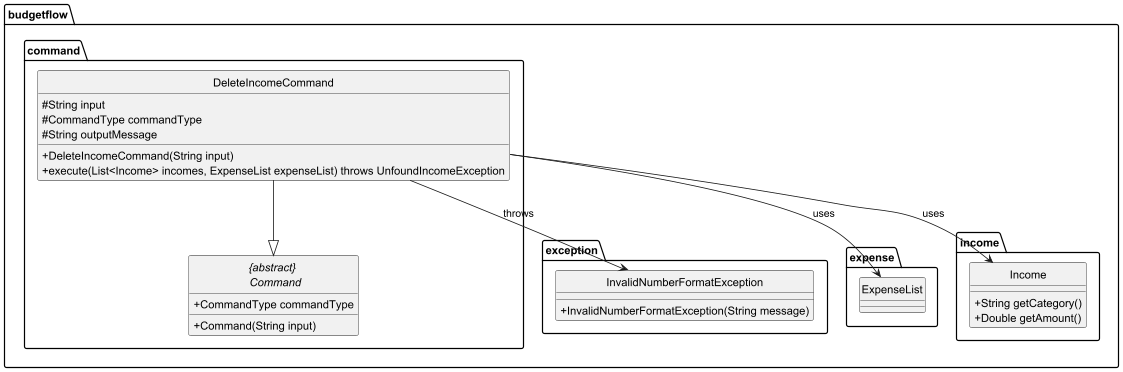
Earlier version of the PlantUML export docs/diagrams/DeleteIncomeCommandClass.png (thienkimtranhoang/tp).
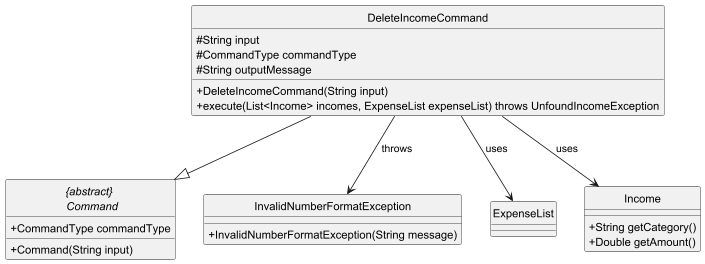
The same file after the commit.

Commit message:
update class diagrams to include less irrelevant details about packages

Diff of the diagram source:
```diff
@@ -4,7 +4,7 @@
 hide circle
 skinparam classAttributeIconSize 0
 
-package budgetflow.command {
+
     class DeleteIncomeCommand {
         # String input
         # CommandType commandType
@@ -16,24 +16,24 @@
         + Command(String input)
         + CommandType commandType
     }
-}
 
-package budgetflow.exception {
+
+
     class InvalidNumberFormatException{
         + InvalidNumberFormatException(String message)
     }
-}
 
-package budgetflow.expense {
+
+
     class ExpenseList
-}
 
-package budgetflow.income {
+
+
     class Income {
         + String getCategory()
         + Double getAmount()
     }
-}
+
 
 
 
```
